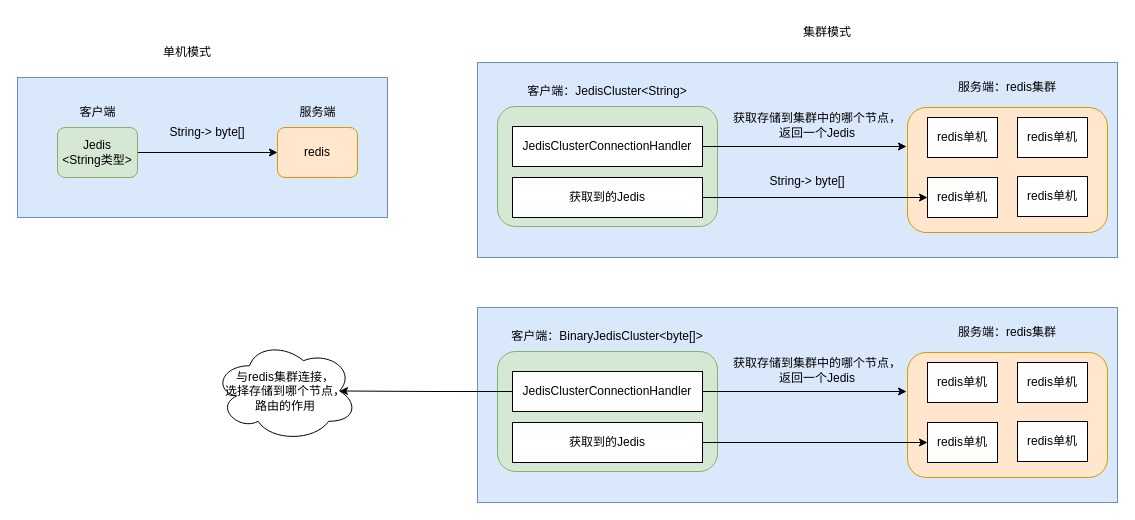
Before: redis/redis客户端与服务端交互.drawio in buxiangchixiangcai/draw, a draw.io diagram. Source tidied: cells renumbered, new cells numbered last; positions are measured from the earlier drawing's top-left corner, leaving out a move shared by most shapes. Both pictures are drawn from the tidied source at 100%, with x=0, y=0 at pixel (17, 17).
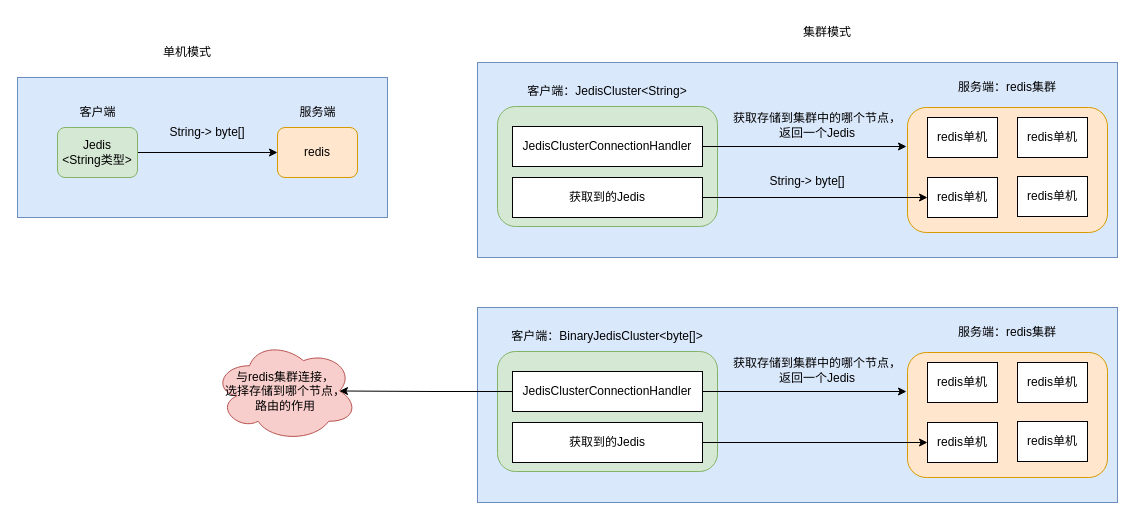
The same page after the edit.

Commit message (it also covers changes not shown here):
更新redis客户端与服务端交互.drawio

Change to the diagram source:
```diff
@@
-    <mxCell id="40" value="与redis集群连接，&lt;div&gt;选择存储到哪个节点，&lt;/div&gt;&lt;div&gt;路由的作用&lt;/div&gt;" style="ellipse;shape=cloud;whiteSpace=wrap;html=1;" parent="1" vertex="1">
+    <mxCell id="40" value="与redis集群连接，&lt;div&gt;选择存储到哪个节点，&lt;/div&gt;&lt;div&gt;路由的作用&lt;/div&gt;" style="ellipse;shape=cloud;whiteSpace=wrap;html=1;fillColor=#f8cecc;strokeColor=#b85450;" parent="1" vertex="1">
       <mxGeometry x="196" y="323" width="144" height="101" as="geometry" />
     </mxCell>
```
